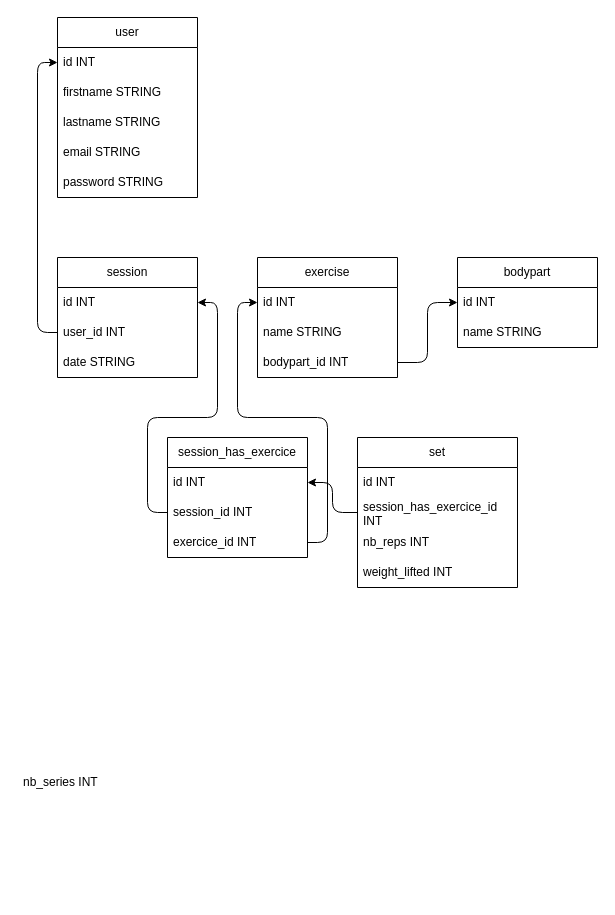
The draw.io diagram DOCS/mcd.drawio in chloebatillet/fitness-buddy, before the edit. Source tidied: cells renumbered, new cells numbered last; positions are measured from the earlier drawing's top-left corner, leaving out a move shared by most shapes. Both pictures are drawn from the tidied source at 100%, with x=0, y=0 at pixel (17, 17).
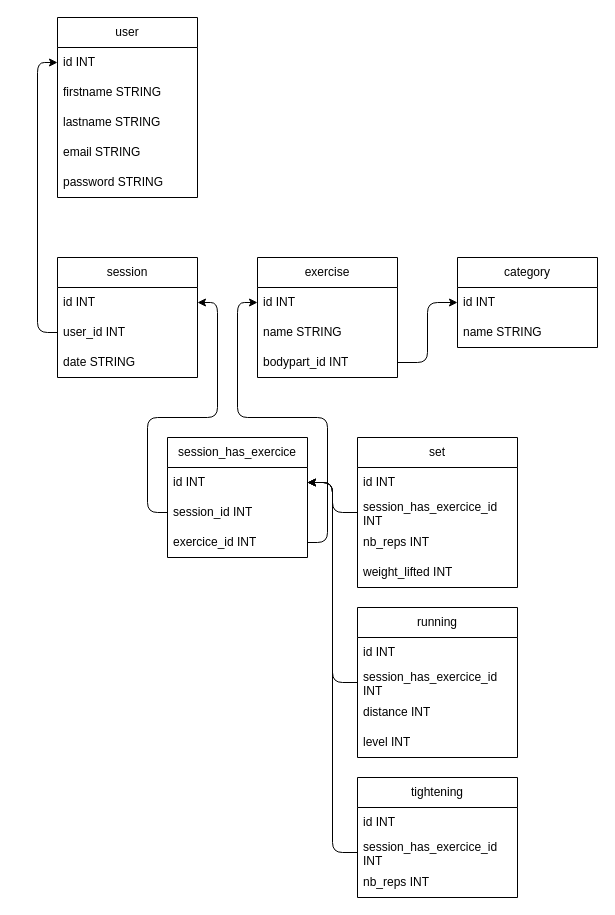
The same page after the edit.

Unchanged cells that the change refers to:
```xml
<mxCell id="22" value="id INT" style="text;strokeColor=none;fillColor=none;align=left;verticalAlign=middle;spacingLeft=4;spacingRight=4;overflow=hidden;points=[[0,0.5],[1,0.5]];portConstraint=eastwest;whiteSpace=wrap;html=1;" parent="21" vertex="1">
  <mxGeometry y="30" width="140" height="30" as="geometry" />
</mxCell>
```

Diff of the diagram source:
```diff
@@
-    <mxCell id="12" value="bodypart" style="swimlane;fontStyle=0;horizontal=1;startSize=30;whiteSpace=wrap;html=1;" parent="1" vertex="1">
+    <mxCell id="12" value="category" style="swimlane;fontStyle=0;horizontal=1;startSize=30;whiteSpace=wrap;html=1;" parent="1" vertex="1">
       <mxGeometry x="440" y="240" width="140" height="90" as="geometry" />
     </mxCell>
@@
-    <mxCell id="32" value="nb_series INT" style="text;strokeColor=none;fillColor=none;align=left;verticalAlign=middle;spacingLeft=4;spacingRight=4;overflow=hidden;whiteSpace=wrap;html=1;" parent="1" vertex="1">
-      <mxGeometry y="750" width="140" height="30" as="geometry" />
-    </mxCell>
@@
+    <mxCell id="34" value="running" style="swimlane;fontStyle=0;horizontal=1;startSize=30;whiteSpace=wrap;html=1;" parent="1" vertex="1">
+      <mxGeometry x="340" y="590" width="160" height="150" as="geometry" />
+    </mxCell>
+    <mxCell id="35" value="id INT" style="text;strokeColor=none;fillColor=none;align=left;verticalAlign=middle;spacingLeft=4;spacingRight=4;overflow=hidden;whiteSpace=wrap;html=1;" parent="34" vertex="1">
+      <mxGeometry y="30" width="160" height="30" as="geometry" />
+    </mxCell>
+    <mxCell id="36" value="session_has_exercice_id INT" style="text;strokeColor=none;fillColor=none;align=left;verticalAlign=middle;spacingLeft=4;spacingRight=4;overflow=hidden;points=[[0,0.5],[1,0.5]];portConstraint=eastwest;whiteSpace=wrap;html=1;" parent="34" vertex="1">
+      <mxGeometry y="60" width="160" height="30" as="geometry" />
+    </mxCell>
+    <mxCell id="37" value="distance INT" style="text;strokeColor=none;fillColor=none;align=left;verticalAlign=middle;spacingLeft=4;spacingRight=4;overflow=hidden;whiteSpace=wrap;html=1;" parent="34" vertex="1">
+      <mxGeometry y="90" width="160" height="30" as="geometry" />
+    </mxCell>
+    <mxCell id="38" value="level INT" style="text;strokeColor=none;fillColor=none;align=left;verticalAlign=middle;spacingLeft=4;spacingRight=4;overflow=hidden;whiteSpace=wrap;html=1;" parent="34" vertex="1">
+      <mxGeometry y="120" width="160" height="30" as="geometry" />
+    </mxCell>
+    <mxCell id="39" value="tightening" style="swimlane;fontStyle=0;horizontal=1;startSize=30;whiteSpace=wrap;html=1;" parent="1" vertex="1">
+      <mxGeometry x="340" y="760" width="160" height="120" as="geometry" />
+    </mxCell>
+    <mxCell id="40" value="id INT" style="text;strokeColor=none;fillColor=none;align=left;verticalAlign=middle;spacingLeft=4;spacingRight=4;overflow=hidden;whiteSpace=wrap;html=1;" parent="39" vertex="1">
+      <mxGeometry y="30" width="160" height="30" as="geometry" />
+    </mxCell>
+    <mxCell id="41" value="session_has_exercice_id INT" style="text;strokeColor=none;fillColor=none;align=left;verticalAlign=middle;spacingLeft=4;spacingRight=4;overflow=hidden;points=[[0,0.5],[1,0.5]];portConstraint=eastwest;whiteSpace=wrap;html=1;" parent="39" vertex="1">
+      <mxGeometry y="60" width="160" height="30" as="geometry" />
+    </mxCell>
+    <mxCell id="42" value="nb_reps INT" style="text;strokeColor=none;fillColor=none;align=left;verticalAlign=middle;spacingLeft=4;spacingRight=4;overflow=hidden;whiteSpace=wrap;html=1;" parent="39" vertex="1">
+      <mxGeometry y="90" width="160" height="30" as="geometry" />
+    </mxCell>
+    <mxCell id="43" style="edgeStyle=orthogonalEdgeStyle;html=1;entryX=1;entryY=0.5;entryDx=0;entryDy=0;exitX=0;exitY=0.5;exitDx=0;exitDy=0;" parent="1" edge="1" source="36" target="22">
+      <mxGeometry relative="1" as="geometry" />
+    </mxCell>
+    <mxCell id="44" style="edgeStyle=orthogonalEdgeStyle;html=1;entryX=1;entryY=0.5;entryDx=0;entryDy=0;exitX=0;exitY=0.5;exitDx=0;exitDy=0;" parent="1" edge="1" source="41" target="22">
+      <mxGeometry relative="1" as="geometry" />
+    </mxCell>
```
